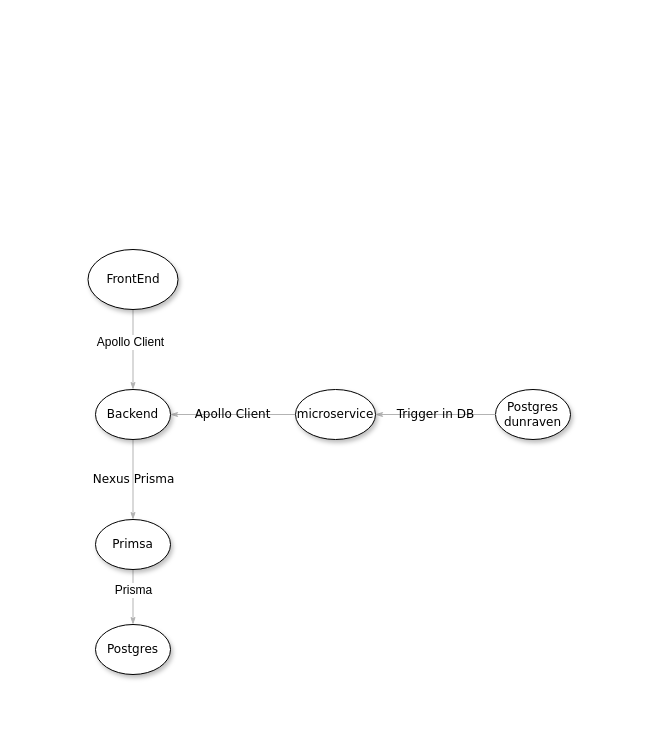
Before: Untitled Diagram.drawio in jerome-lechampion/cpp, a draw.io diagram. Source tidied: cells renumbered, new cells numbered last; positions are measured from the earlier drawing's top-left corner, leaving out a move shared by most shapes. Both pictures are drawn from the tidied source at 100%, with x=0, y=0 at pixel (87, 249). Pictures stored in the file or linked from it are replaced by grey dashed boxes.
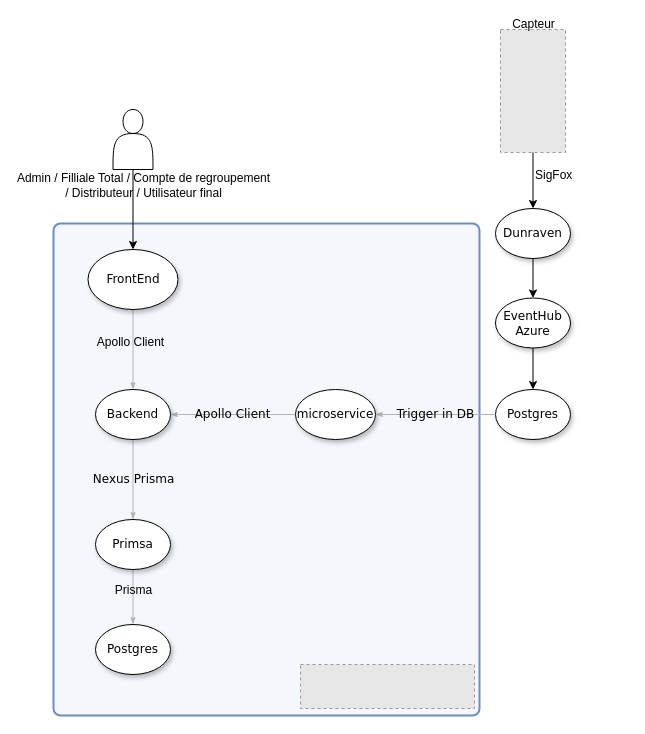
Above is the later version.

The change refers to these unchanged cells:
```xml
<mxCell id="2" style="edgeStyle=none;rounded=1;html=1;labelBackgroundColor=none;startArrow=none;startFill=0;startSize=5;endArrow=classicThin;endFill=1;endSize=5;jettySize=auto;strokeColor=#B3B3B3;strokeWidth=1;fontFamily=Verdana;fontSize=12;fontColor=#000000;" parent="1" edge="1" source="4" target="10">
  <mxGeometry relative="1" as="geometry" />
</mxCell>
<mxCell id="4" value="&lt;span&gt;FrontEnd&lt;/span&gt;" style="ellipse;whiteSpace=wrap;html=1;rounded=0;shadow=1;comic=0;labelBackgroundColor=none;strokeColor=#000000;strokeWidth=1;fillColor=#FFFFFF;fontFamily=Verdana;fontSize=12;fontColor=#000000;align=center;" parent="1" vertex="1">
  <mxGeometry x="0.5" width="90" height="60" as="geometry" />
</mxCell>
<mxCell id="11" style="edgeStyle=none;rounded=1;html=1;labelBackgroundColor=none;startArrow=none;startFill=0;startSize=5;endArrow=classicThin;endFill=1;endSize=5;jettySize=auto;strokeColor=#B3B3B3;strokeWidth=1;fontFamily=Verdana;fontSize=12;fontColor=#000000;" parent="1" edge="1" source="13" target="14">
  <mxGeometry relative="1" as="geometry" />
</mxCell>
```

Diff of the diagram source:
```diff
@@
+    <mxCell id="15" style="rounded=1;whiteSpace=wrap;html=1;absoluteArcSize=1;arcSize=14;strokeWidth=2;fillColor=#F4F7FC;strokeColor=#6c8ebf;gradientColor=none;" parent="1" vertex="1">
+      <mxGeometry x="-34" y="-26" width="426" height="492" as="geometry" />
+    </mxCell>
@@
-    <mxCell id="3" value="Apollo Client" style="text;html=1;align=center;verticalAlign=middle;labelBackgroundColor=#ffffff;" parent="2" vertex="1">
+    <mxCell id="3" value="Apollo Client" style="text;html=1;align=center;verticalAlign=middle;labelBackgroundColor=none;" parent="2" vertex="1">
       <mxGeometry x="-0.2" y="-3" relative="1" as="geometry" />
     </mxCell>
@@
-    <mxCell id="6" value="&lt;span&gt;Postgres dunraven&lt;/span&gt;" style="ellipse;whiteSpace=wrap;html=1;rounded=0;shadow=1;comic=0;labelBackgroundColor=none;strokeColor=#000000;strokeWidth=1;fillColor=#FFFFFF;fontFamily=Verdana;fontSize=12;fontColor=#000000;align=center;" parent="1" vertex="1">
+    <mxCell id="6" value="&lt;span&gt;Postgres&lt;/span&gt;" style="ellipse;whiteSpace=wrap;html=1;rounded=0;shadow=1;comic=0;labelBackgroundColor=none;strokeColor=#000000;strokeWidth=1;fillColor=#FFFFFF;fontFamily=Verdana;fontSize=12;fontColor=#000000;align=center;" parent="1" vertex="1">
       <mxGeometry x="408" y="140" width="75" height="50" as="geometry" />
     </mxCell>
@@
-    <mxCell id="12" value="Prisma" style="text;html=1;align=center;verticalAlign=middle;labelBackgroundColor=#ffffff;" parent="11" vertex="1">
+    <mxCell id="12" value="Prisma" style="text;html=1;align=center;verticalAlign=middle;labelBackgroundColor=none;" parent="11" vertex="1">
       <mxGeometry x="-0.04" y="2" relative="1" as="geometry">
         <mxPoint x="-2" y="-6" as="offset" />
       </mxGeometry>
     </mxCell>
@@
+    <mxCell id="16" style="fillColor=#E6E6E6;strokeColor=#999999;dashed=1;verticalLabelPosition=bottom;labelBackgroundColor=#ffffff;verticalAlign=top;" parent="1" vertex="1">
+      <mxGeometry x="413" y="-220" width="65" height="123" as="geometry" />
+    </mxCell>
+    <mxCell id="17" style="endArrow=classic;html=1;exitX=0.5;exitY=1;exitDx=0;exitDy=0;entryX=0.5;entryY=0;entryDx=0;entryDy=0;" parent="1" edge="1" source="16" target="18">
+      <mxGeometry relative="1" as="geometry" />
+    </mxCell>
+    <mxCell id="18" value="&lt;span&gt;Dunraven&lt;/span&gt;" style="ellipse;whiteSpace=wrap;html=1;rounded=0;shadow=1;comic=0;labelBackgroundColor=none;strokeColor=#000000;strokeWidth=1;fillColor=#FFFFFF;fontFamily=Verdana;fontSize=12;fontColor=#000000;align=center;" parent="1" vertex="1">
+      <mxGeometry x="408" y="-41" width="75" height="50" as="geometry" />
+    </mxCell>
+    <mxCell id="19" value="&lt;span&gt;EventHub Azure&lt;/span&gt;" style="ellipse;whiteSpace=wrap;html=1;rounded=0;shadow=1;comic=0;labelBackgroundColor=none;strokeColor=#000000;strokeWidth=1;fillColor=#FFFFFF;fontFamily=Verdana;fontSize=12;fontColor=#000000;align=center;" parent="1" vertex="1">
+      <mxGeometry x="408" y="48.5" width="75" height="50" as="geometry" />
+    </mxCell>
+    <mxCell id="20" style="endArrow=classic;html=1;exitX=0.5;exitY=1;exitDx=0;exitDy=0;" parent="1" edge="1" source="18" target="19">
+      <mxGeometry relative="1" as="geometry" />
+    </mxCell>
+    <mxCell id="21" style="endArrow=classic;html=1;exitX=0.5;exitY=1;exitDx=0;exitDy=0;entryX=0.5;entryY=0;entryDx=0;entryDy=0;" parent="1" edge="1" source="19" target="6">
+      <mxGeometry relative="1" as="geometry" />
+    </mxCell>
+    <mxCell id="22" value="SigFox" style="text;html=1;" parent="1" vertex="1">
+      <mxGeometry x="445.5" y="-88" width="95" height="28" as="geometry" />
+    </mxCell>
+    <mxCell id="23" style="shape=actor;whiteSpace=wrap;html=1;" parent="1" vertex="1">
+      <mxGeometry x="25.5" y="-140" width="40" height="60" as="geometry" />
+    </mxCell>
+    <mxCell id="24" style="fillColor=#E6E6E6;strokeColor=#999999;dashed=1;verticalLabelPosition=bottom;labelBackgroundColor=#ffffff;verticalAlign=top;" parent="1" vertex="1">
+      <mxGeometry x="213" y="415" width="174" height="44" as="geometry" />
+    </mxCell>
+    <mxCell id="25" style="endArrow=classic;html=1;exitX=0.5;exitY=1;exitDx=0;exitDy=0;entryX=0.5;entryY=0;entryDx=0;entryDy=0;" parent="1" edge="1" source="23" target="4">
+      <mxGeometry relative="1" as="geometry" />
+    </mxCell>
+    <mxCell id="26" value="Admin / Filliale Total / Compte de regroupement&lt;br&gt;&amp;nbsp;/ Distributeur / Utilisateur final&amp;nbsp;" style="text;html=1;align=center;verticalAlign=middle;labelBackgroundColor=none;" parent="1" vertex="1">
+      <mxGeometry x="55.5" y="-65" as="geometry" />
+    </mxCell>
+    <mxCell id="27" value="Capteur" style="text;html=1;align=center;verticalAlign=middle;labelBackgroundColor=none;" parent="1" vertex="1">
+      <mxGeometry x="445.5" y="-226" as="geometry" />
+    </mxCell>
```
